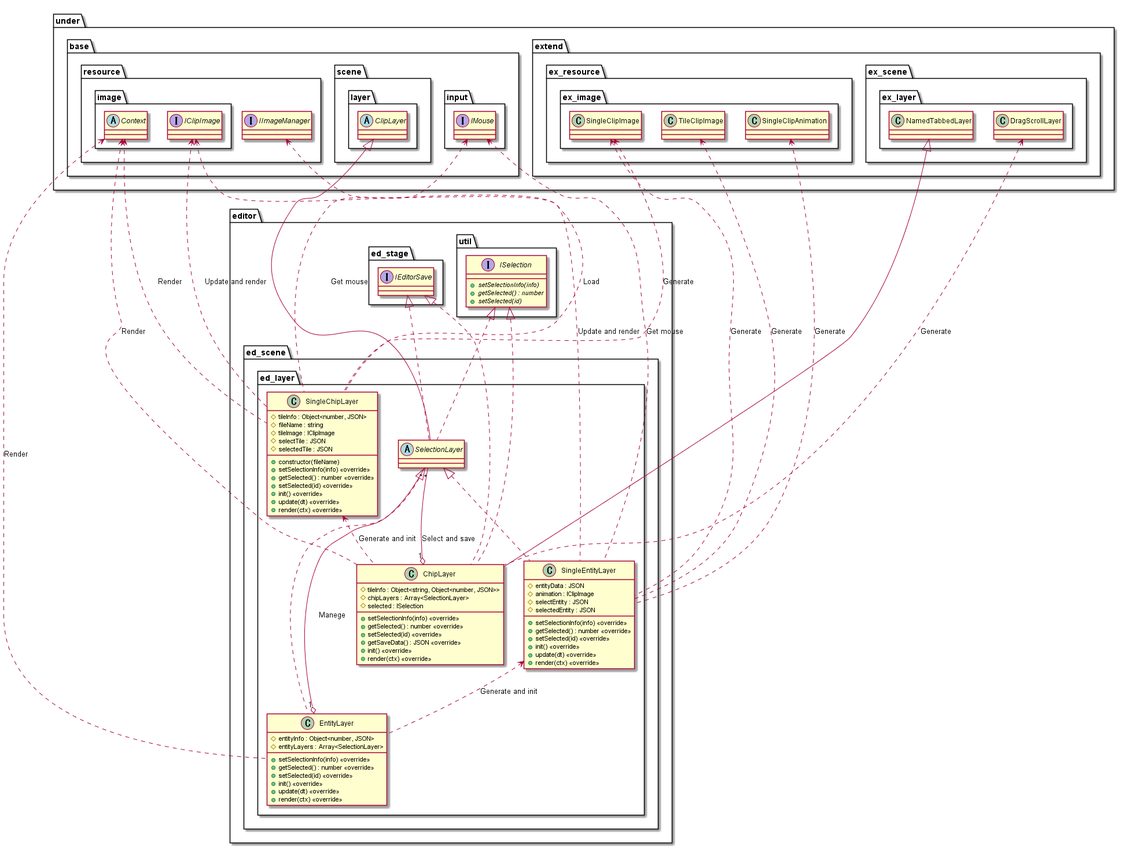
Expine/Under keeps this PlantUML diagram as out/uml/editor/Scene/Selection/EditorSelection.png. Above is the earlier version.
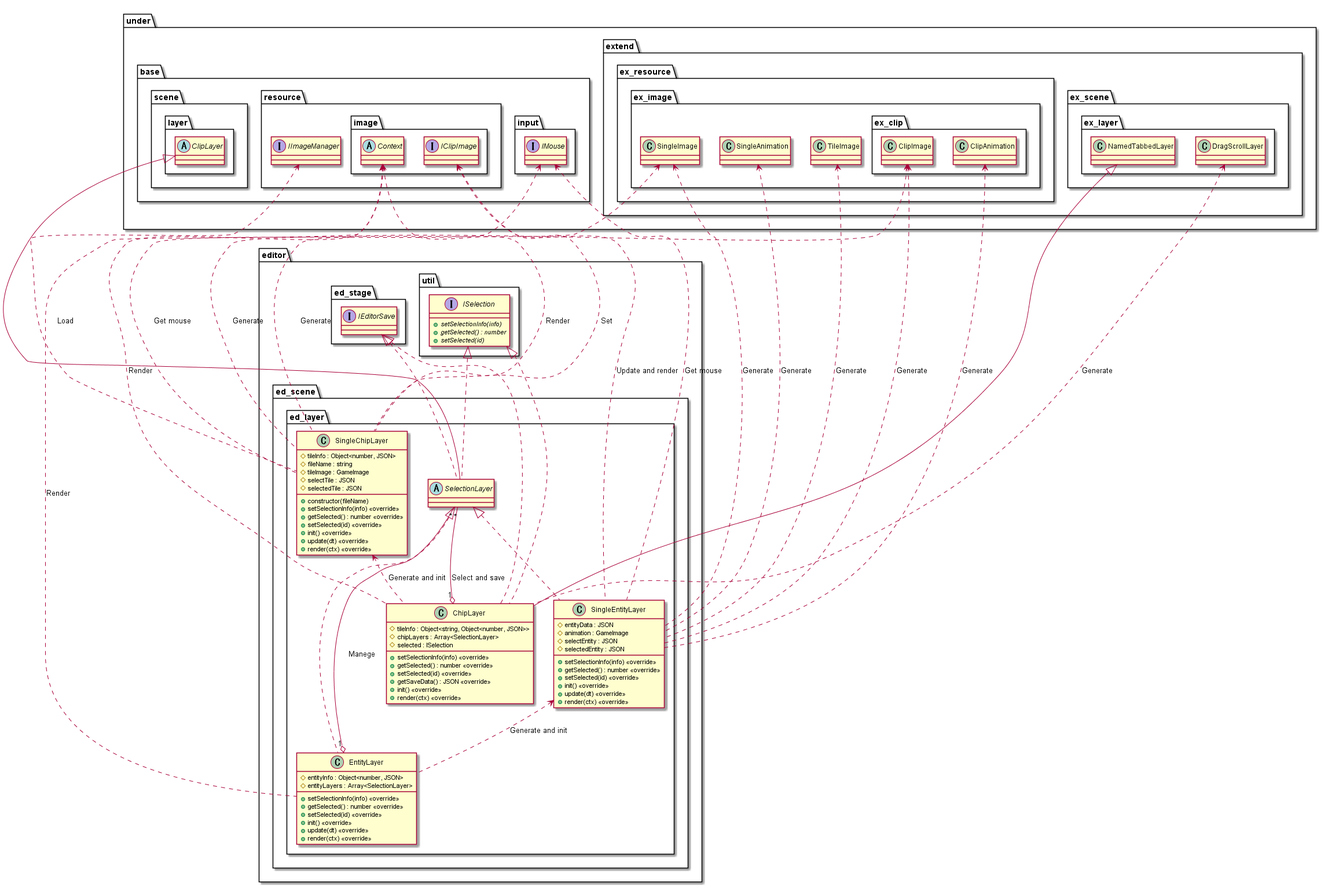
The same diagram one commit later.

Change to the diagram source:
```diff
@@ -29,7 +29,7 @@
                 +constructor(fileName)
                 #tileInfo : Object<number, JSON>
                 #fileName : string
-                #tileImage : IClipImage
+                #tileImage : GameImage
                 #selectTile : JSON
                 #selectedTile : JSON
                 +setSelectionInfo(info) <<override>>
@@ -41,7 +41,7 @@
             }
             class SingleEntityLayer {
                 #entityData : JSON
-                #animation : IClipImage
+                #animation : GameImage
                 #selectEntity : JSON
                 #selectedEntity : JSON
                 +setSelectionInfo(info) <<override>>
@@ -84,9 +84,13 @@
     package extend {
         package ex_resource {
             package ex_image {
-                class SingleClipImage
-                class TileClipImage
-                class SingleClipAnimation
+                package ex_clip {
+                    class ClipImage
+                    class ClipAnimation
+                }
+                class SingleImage
+                class TileImage
+                class SingleAnimation
             }
         }
         package ex_scene {
@@ -113,15 +117,18 @@
 SingleEntityLayer <.. EntityLayer : Generate and init
 Context <... EntityLayer : Render
 
-SingleClipImage <... SingleChipLayer : Generate
-IClipImage <... SingleChipLayer : Update and render
+ClipImage <... SingleChipLayer : Generate
+SingleImage <... SingleChipLayer : Generate
+IClipImage <... SingleChipLayer : Set
 IMouse <... SingleChipLayer : Get mouse
 IImageManager <... SingleChipLayer : Load
 Context <... SingleChipLayer : Render
 
-SingleClipImage <... SingleEntityLayer : Generate
-TileClipImage <... SingleEntityLayer : Generate
-SingleClipAnimation <... SingleEntityLayer : Generate
+ClipImage <... SingleEntityLayer : Generate
+ClipAnimation <... SingleEntityLayer : Generate
+SingleImage <... SingleEntityLayer : Generate
+TileImage <... SingleEntityLayer : Generate
+SingleAnimation <... SingleEntityLayer : Generate
 IClipImage <... SingleEntityLayer : Update and render
 IMouse <... SingleEntityLayer : Get mouse
 
```
